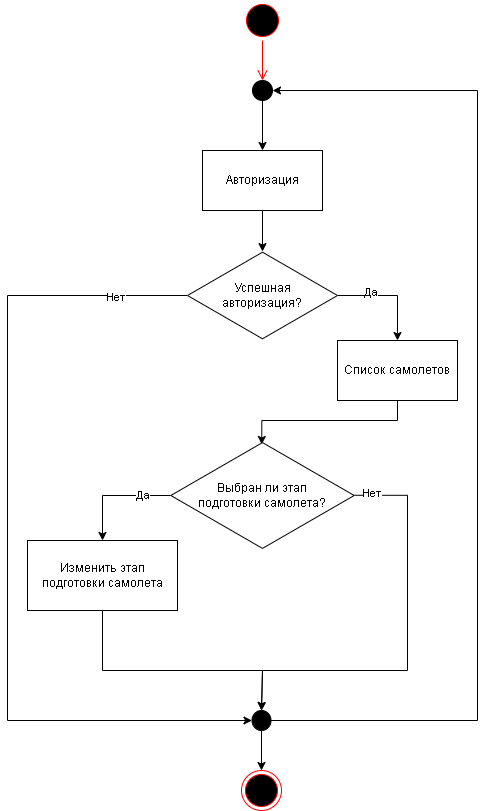
CCF2P/Backend keeps this draw.io diagram as images/Бригадир/Сценарии_использования-Бригадир_этап_самолета.png. Above is the earlier version. Source tidied: cells renumbered, new cells last; positions are measured from the earlier drawing's top-left corner, leaving out a move shared by most shapes. Source of this version:
```xml
<mxGraphModel>
  <root>
    <mxCell id="0" />
    <mxCell id="1" parent="0" />
    <mxCell id="2" style="ellipse;html=1;shape=startState;fillColor=#000000;strokeColor=#ff0000;" parent="1" vertex="1">
      <mxGeometry x="235" width="40" height="40" as="geometry" />
    </mxCell>
    <mxCell id="3" style="edgeStyle=orthogonalEdgeStyle;html=1;verticalAlign=bottom;endArrow=open;endSize=8;strokeColor=#ff0000;rounded=0;entryX=0.5;entryY=0;entryDx=0;entryDy=0;" parent="1" edge="1" source="2" target="21">
      <mxGeometry relative="1" as="geometry" />
    </mxCell>
    <mxCell id="4" style="edgeStyle=orthogonalEdgeStyle;rounded=0;jettySize=auto;html=1;exitX=0.5;exitY=1;exitDx=0;exitDy=0;entryX=0.496;entryY=0.036;entryDx=0;entryDy=0;entryPerimeter=0;" parent="1" edge="1" source="5" target="10">
      <mxGeometry relative="1" as="geometry" />
    </mxCell>
    <mxCell id="5" value="Список самолетов" style="rounded=0;whiteSpace=wrap;html=1;" parent="1" vertex="1">
      <mxGeometry x="330" y="340" width="120" height="60" as="geometry" />
    </mxCell>
    <mxCell id="6" style="edgeStyle=orthogonalEdgeStyle;rounded=0;jettySize=auto;html=1;entryX=0.5;entryY=0;entryDx=0;entryDy=0;" parent="1" edge="1" source="10" target="12">
      <mxGeometry relative="1" as="geometry">
        <Array as="points">
          <mxPoint x="95" y="495" />
        </Array>
      </mxGeometry>
    </mxCell>
    <mxCell id="7" value="Да" style="edgeLabel;html=1;align=center;verticalAlign=middle;" parent="6" vertex="1">
      <mxGeometry x="-0.5" y="-1" relative="1" as="geometry" />
    </mxCell>
    <mxCell id="8" style="edgeStyle=orthogonalEdgeStyle;rounded=0;jettySize=auto;html=1;entryX=0.5;entryY=0;entryDx=0;entryDy=0;exitX=0.996;exitY=0.498;exitDx=0;exitDy=0;exitPerimeter=0;" parent="1" edge="1" source="10" target="25">
      <mxGeometry relative="1" as="geometry">
        <Array as="points">
          <mxPoint x="400" y="495" />
          <mxPoint x="400" y="670" />
          <mxPoint x="255" y="670" />
        </Array>
      </mxGeometry>
    </mxCell>
    <mxCell id="9" value="Нет" style="edgeLabel;html=1;align=center;verticalAlign=middle;" parent="8" vertex="1">
      <mxGeometry x="-0.91" y="2" relative="1" as="geometry" />
    </mxCell>
    <mxCell id="10" value="Выбран ли этап&lt;br&gt;подготовки самолета?" style="html=1;whiteSpace=wrap;shape=isoRectangle;" parent="1" vertex="1">
      <mxGeometry x="163.3" y="440" width="183.3" height="110" as="geometry" />
    </mxCell>
    <mxCell id="11" style="edgeStyle=orthogonalEdgeStyle;rounded=0;jettySize=auto;html=1;exitX=0.5;exitY=1;exitDx=0;exitDy=0;entryX=0.5;entryY=0;entryDx=0;entryDy=0;" parent="1" edge="1" source="12" target="25">
      <mxGeometry relative="1" as="geometry">
        <Array as="points">
          <mxPoint x="95" y="670" />
          <mxPoint x="255" y="670" />
        </Array>
      </mxGeometry>
    </mxCell>
    <mxCell id="12" value="Изменить этап подготовки самолета" style="rounded=0;whiteSpace=wrap;html=1;" parent="1" vertex="1">
      <mxGeometry x="20" y="540" width="150" height="70" as="geometry" />
    </mxCell>
    <mxCell id="13" style="ellipse;html=1;shape=endState;fillColor=#000000;strokeColor=#ff0000;" parent="1" vertex="1">
      <mxGeometry x="234" y="770" width="40" height="40" as="geometry" />
    </mxCell>
    <mxCell id="14" value="Авторизация" style="rounded=0;whiteSpace=wrap;html=1;" parent="1" vertex="1">
      <mxGeometry x="195" y="150" width="120" height="60" as="geometry" />
    </mxCell>
    <mxCell id="15" style="edgeStyle=orthogonalEdgeStyle;rounded=0;jettySize=auto;html=1;entryX=0;entryY=0.5;entryDx=0;entryDy=0;" parent="1" edge="1" source="19" target="25">
      <mxGeometry relative="1" as="geometry">
        <Array as="points">
          <mxPoint y="295" />
          <mxPoint y="720" />
        </Array>
      </mxGeometry>
    </mxCell>
    <mxCell id="16" value="Нет" style="edgeLabel;html=1;align=center;verticalAlign=middle;" parent="15" vertex="1">
      <mxGeometry x="-0.83" y="1" relative="1" as="geometry" />
    </mxCell>
    <mxCell id="17" style="edgeStyle=orthogonalEdgeStyle;rounded=0;jettySize=auto;html=1;entryX=0.5;entryY=0;entryDx=0;entryDy=0;" parent="1" edge="1" source="19" target="5">
      <mxGeometry relative="1" as="geometry">
        <Array as="points">
          <mxPoint x="390" y="295" />
        </Array>
      </mxGeometry>
    </mxCell>
    <mxCell id="18" value="Да" style="edgeLabel;html=1;align=center;verticalAlign=middle;" parent="17" vertex="1">
      <mxGeometry x="-0.4" y="4" relative="1" as="geometry" />
    </mxCell>
    <mxCell id="19" value="Успешная&lt;br&gt;авторизация?" style="html=1;whiteSpace=wrap;shape=isoRectangle;" parent="1" vertex="1">
      <mxGeometry x="180" y="250" width="150" height="90" as="geometry" />
    </mxCell>
    <mxCell id="20" style="edgeStyle=orthogonalEdgeStyle;rounded=0;jettySize=auto;html=1;exitX=0.5;exitY=1;exitDx=0;exitDy=0;entryX=0.5;entryY=0;entryDx=0;entryDy=0;" parent="1" edge="1" source="21" target="14">
      <mxGeometry relative="1" as="geometry" />
    </mxCell>
    <mxCell id="21" style="ellipse;fillColor=strokeColor;html=1;" parent="1" vertex="1">
      <mxGeometry x="245" y="80" width="20" height="20" as="geometry" />
    </mxCell>
    <mxCell id="22" style="edgeStyle=orthogonalEdgeStyle;rounded=0;jettySize=auto;html=1;exitX=0.5;exitY=1;exitDx=0;exitDy=0;entryX=0.5;entryY=0.012;entryDx=0;entryDy=0;entryPerimeter=0;" parent="1" edge="1" source="14" target="19">
      <mxGeometry relative="1" as="geometry" />
    </mxCell>
    <mxCell id="23" style="edgeStyle=orthogonalEdgeStyle;rounded=0;jettySize=auto;html=1;exitX=1;exitY=0.5;exitDx=0;exitDy=0;entryX=1;entryY=0.5;entryDx=0;entryDy=0;" parent="1" edge="1" source="25" target="21">
      <mxGeometry relative="1" as="geometry">
        <Array as="points">
          <mxPoint x="470" y="720" />
          <mxPoint x="470" y="90" />
        </Array>
      </mxGeometry>
    </mxCell>
    <mxCell id="24" style="edgeStyle=orthogonalEdgeStyle;rounded=0;jettySize=auto;html=1;exitX=0.5;exitY=1;exitDx=0;exitDy=0;entryX=0.5;entryY=0;entryDx=0;entryDy=0;" parent="1" edge="1" source="25" target="13">
      <mxGeometry relative="1" as="geometry" />
    </mxCell>
    <mxCell id="25" style="ellipse;fillColor=strokeColor;html=1;" parent="1" vertex="1">
      <mxGeometry x="244.5" y="710" width="19" height="20" as="geometry" />
    </mxCell>
  </root>
</mxGraphModel>
```
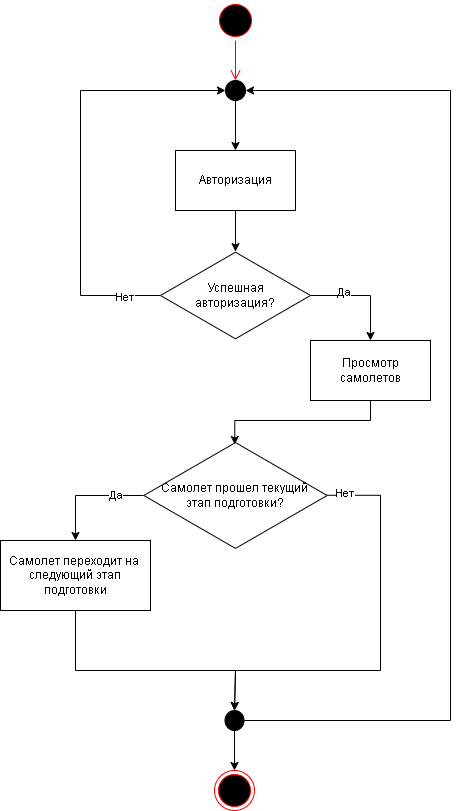
The same diagram one commit later.

What changed in the source:
```diff
@@ -11,7 +11,7 @@
     <mxCell id="4" style="edgeStyle=orthogonalEdgeStyle;rounded=0;jettySize=auto;html=1;exitX=0.5;exitY=1;exitDx=0;exitDy=0;entryX=0.496;entryY=0.036;entryDx=0;entryDy=0;entryPerimeter=0;" parent="1" edge="1" source="5" target="10">
       <mxGeometry relative="1" as="geometry" />
     </mxCell>
-    <mxCell id="5" value="Список самолетов" style="rounded=0;whiteSpace=wrap;html=1;" parent="1" vertex="1">
+    <mxCell id="5" value="Просмотр самолетов" style="rounded=0;whiteSpace=wrap;html=1;" parent="1" vertex="1">
       <mxGeometry x="330" y="340" width="120" height="60" as="geometry" />
     </mxCell>
     <mxCell id="6" style="edgeStyle=orthogonalEdgeStyle;rounded=0;jettySize=auto;html=1;entryX=0.5;entryY=0;entryDx=0;entryDy=0;" parent="1" edge="1" source="10" target="12">
@@ -36,7 +36,7 @@
     <mxCell id="9" value="Нет" style="edgeLabel;html=1;align=center;verticalAlign=middle;" parent="8" vertex="1">
       <mxGeometry x="-0.91" y="2" relative="1" as="geometry" />
     </mxCell>
-    <mxCell id="10" value="Выбран ли этап&lt;br&gt;подготовки самолета?" style="html=1;whiteSpace=wrap;shape=isoRectangle;" parent="1" vertex="1">
+    <mxCell id="10" value="Самолет прошел текущий&lt;br&gt;этап подготовки?" style="html=1;whiteSpace=wrap;shape=isoRectangle;" parent="1" vertex="1">
       <mxGeometry x="163.3" y="440" width="183.3" height="110" as="geometry" />
     </mxCell>
     <mxCell id="11" style="edgeStyle=orthogonalEdgeStyle;rounded=0;jettySize=auto;html=1;exitX=0.5;exitY=1;exitDx=0;exitDy=0;entryX=0.5;entryY=0;entryDx=0;entryDy=0;" parent="1" edge="1" source="12" target="25">
@@ -47,7 +47,7 @@
         </Array>
       </mxGeometry>
     </mxCell>
-    <mxCell id="12" value="Изменить этап подготовки самолета" style="rounded=0;whiteSpace=wrap;html=1;" parent="1" vertex="1">
+    <mxCell id="12" value="Самолет переходит на&amp;nbsp; следующий этап подготовки" style="rounded=0;whiteSpace=wrap;html=1;" parent="1" vertex="1">
       <mxGeometry x="20" y="540" width="150" height="70" as="geometry" />
     </mxCell>
     <mxCell id="13" style="ellipse;html=1;shape=endState;fillColor=#000000;strokeColor=#ff0000;" parent="1" vertex="1">
@@ -56,11 +56,11 @@
     <mxCell id="14" value="Авторизация" style="rounded=0;whiteSpace=wrap;html=1;" parent="1" vertex="1">
       <mxGeometry x="195" y="150" width="120" height="60" as="geometry" />
     </mxCell>
-    <mxCell id="15" style="edgeStyle=orthogonalEdgeStyle;rounded=0;jettySize=auto;html=1;entryX=0;entryY=0.5;entryDx=0;entryDy=0;" parent="1" edge="1" source="19" target="25">
+    <mxCell id="15" style="edgeStyle=orthogonalEdgeStyle;rounded=0;jettySize=auto;html=1;entryX=0;entryY=0.5;entryDx=0;entryDy=0;" parent="1" edge="1" source="19" target="21">
       <mxGeometry relative="1" as="geometry">
         <Array as="points">
-          <mxPoint y="295" />
-          <mxPoint y="720" />
+          <mxPoint x="100" y="295" />
+          <mxPoint x="100" y="90" />
         </Array>
       </mxGeometry>
     </mxCell>
```
